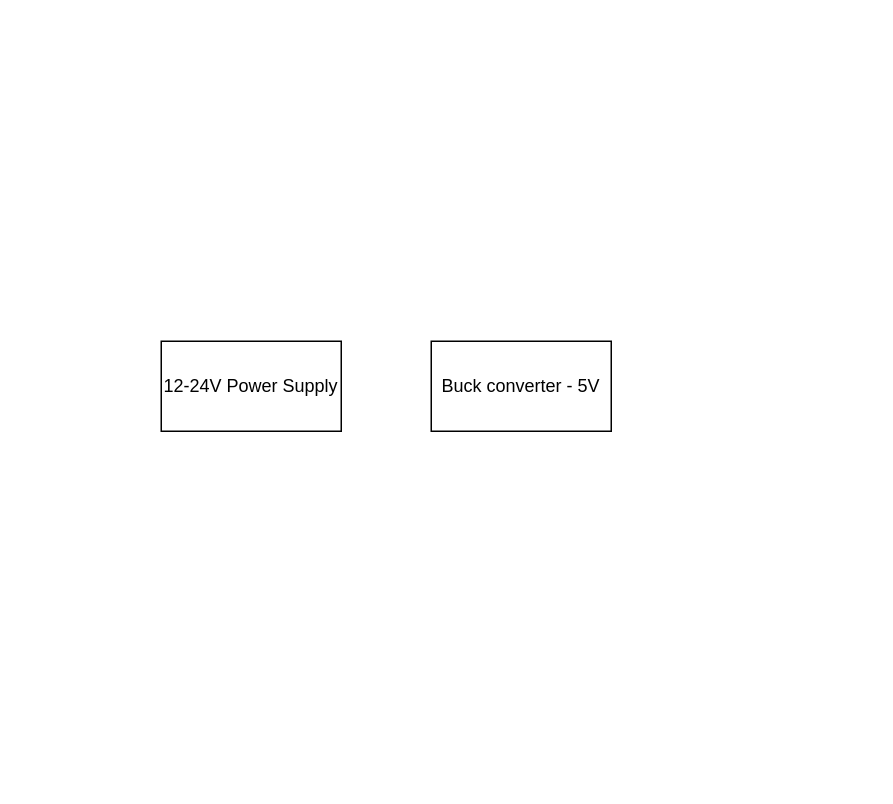
This is So do nguyen ly.drawio from Du4nG/yolo, a draw.io file, before an edit. Source tidied: cells renumbered, new cells numbered last; positions are measured from the earlier drawing's top-left corner, leaving out a move shared by most shapes. Both pictures are drawn from the tidied source at 150%, with x=0, y=0 at pixel (160, 340).
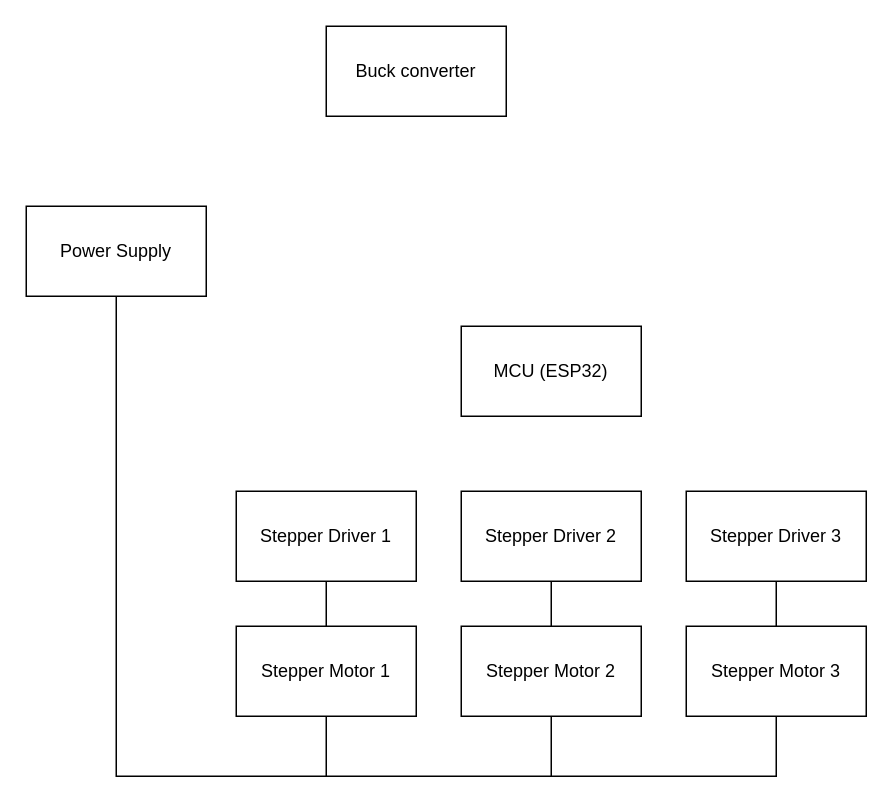
The same page after the edit.

The edit, as a diff of the source:
```diff
@@
-    <mxCell id="2" value="12-24V Power Supply" style="rounded=0;whiteSpace=wrap;html=1;" parent="1" vertex="1">
-      <mxGeometry width="120" height="60" as="geometry" />
+    <mxCell id="2" value="Power Supply" style="rounded=0;whiteSpace=wrap;html=1;" parent="1" vertex="1">
+      <mxGeometry x="-90" y="-90" width="120" height="60" as="geometry" />
     </mxCell>
-    <mxCell id="3" value="Buck converter - 5V" style="rounded=0;whiteSpace=wrap;html=1;" parent="1" vertex="1">
-      <mxGeometry x="180" width="120" height="60" as="geometry" />
+    <mxCell id="3" value="Buck converter" style="rounded=0;whiteSpace=wrap;html=1;" parent="1" vertex="1">
+      <mxGeometry x="110" y="-210" width="120" height="60" as="geometry" />
     </mxCell>
+    <mxCell id="4" value="Stepper Driver 1" style="rounded=0;whiteSpace=wrap;html=1;" parent="1" vertex="1">
+      <mxGeometry x="50" y="100" width="120" height="60" as="geometry" />
+    </mxCell>
+    <mxCell id="5" value="Stepper Driver 2" style="rounded=0;whiteSpace=wrap;html=1;" parent="1" vertex="1">
+      <mxGeometry x="200" y="100" width="120" height="60" as="geometry" />
+    </mxCell>
+    <mxCell id="6" value="Stepper Driver 3" style="rounded=0;whiteSpace=wrap;html=1;" parent="1" vertex="1">
+      <mxGeometry x="350" y="100" width="120" height="60" as="geometry" />
+    </mxCell>
+    <mxCell id="7" value="Stepper Motor 1" style="rounded=0;whiteSpace=wrap;html=1;" parent="1" vertex="1">
+      <mxGeometry x="50" y="190" width="120" height="60" as="geometry" />
+    </mxCell>
+    <mxCell id="8" value="Stepper Motor 2" style="rounded=0;whiteSpace=wrap;html=1;" parent="1" vertex="1">
+      <mxGeometry x="200" y="190" width="120" height="60" as="geometry" />
+    </mxCell>
+    <mxCell id="9" value="Stepper Motor 3" style="rounded=0;whiteSpace=wrap;html=1;" parent="1" vertex="1">
+      <mxGeometry x="350" y="190" width="120" height="60" as="geometry" />
+    </mxCell>
+    <mxCell id="10" style="endArrow=none;html=1;rounded=0;entryX=0.5;entryY=1;entryDx=0;entryDy=0;exitX=0.5;exitY=0;exitDx=0;exitDy=0;" parent="1" edge="1" source="9" target="6">
+      <mxGeometry relative="1" as="geometry" />
+    </mxCell>
+    <mxCell id="11" style="endArrow=none;html=1;rounded=0;entryX=0.5;entryY=1;entryDx=0;entryDy=0;exitX=0.5;exitY=0;exitDx=0;exitDy=0;" parent="1" edge="1" source="8" target="5">
+      <mxGeometry relative="1" as="geometry" />
+    </mxCell>
+    <mxCell id="12" style="endArrow=none;html=1;rounded=0;entryX=0.5;entryY=1;entryDx=0;entryDy=0;exitX=0.5;exitY=0;exitDx=0;exitDy=0;" parent="1" edge="1" source="7" target="4">
+      <mxGeometry relative="1" as="geometry" />
+    </mxCell>
+    <mxCell id="13" value="MCU (ESP32)" style="rounded=0;whiteSpace=wrap;html=1;" parent="1" vertex="1">
+      <mxGeometry x="200" y="-10" width="120" height="60" as="geometry" />
+    </mxCell>
+    <mxCell id="14" style="endArrow=none;html=1;rounded=0;entryX=0.5;entryY=1;entryDx=0;entryDy=0;exitX=0.5;exitY=1;exitDx=0;exitDy=0;" parent="1" edge="1" source="7" target="2">
+      <mxGeometry relative="1" as="geometry">
+        <Array as="points">
+          <mxPoint x="110" y="290" />
+          <mxPoint x="-30" y="290" />
+        </Array>
+      </mxGeometry>
+    </mxCell>
+    <mxCell id="15" style="endArrow=none;html=1;rounded=0;entryX=0.5;entryY=1;entryDx=0;entryDy=0;" parent="1" edge="1" target="8">
+      <mxGeometry relative="1" as="geometry">
+        <mxPoint x="110" y="290" as="sourcePoint" />
+        <Array as="points">
+          <mxPoint x="260" y="290" />
+        </Array>
+      </mxGeometry>
+    </mxCell>
+    <mxCell id="16" style="endArrow=none;html=1;rounded=0;entryX=0.5;entryY=1;entryDx=0;entryDy=0;" parent="1" edge="1" target="9">
+      <mxGeometry relative="1" as="geometry">
+        <mxPoint x="260" y="290" as="sourcePoint" />
+        <Array as="points">
+          <mxPoint x="410" y="290" />
+        </Array>
+      </mxGeometry>
+    </mxCell>
```
